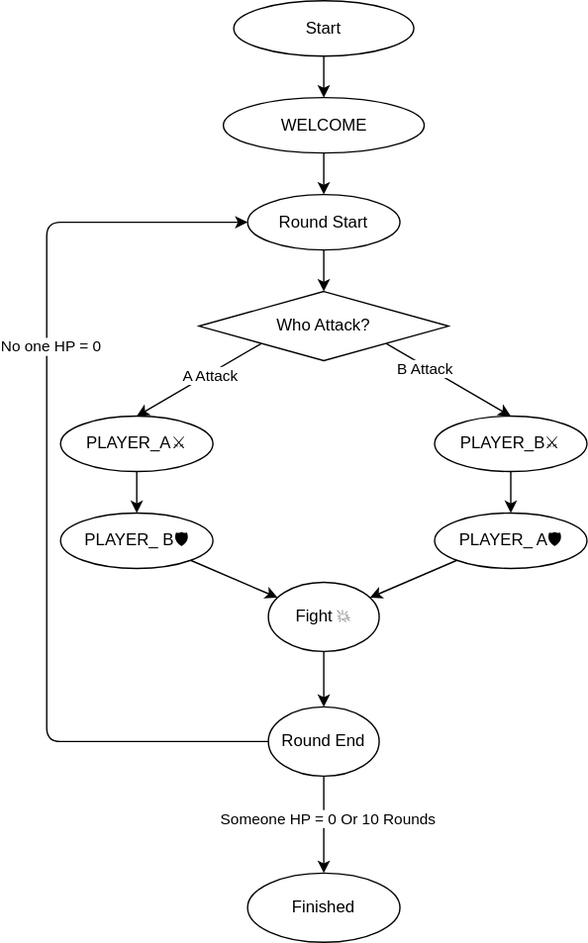
Before: FSM.svg, a diagram exported from draw.io (Error0229/LCRPG). Source tidied: cells renumbered, new cells last; positions are measured from the earlier drawing's top-left corner, leaving out a move shared by most shapes. Source of this version:
```xml
<mxGraphModel>
  <root>
    <mxCell id="0" />
    <mxCell id="1" parent="0" />
    <mxCell id="2" style="edgeStyle=none;html=1;entryX=0.5;entryY=0;entryDx=0;entryDy=0;" parent="1" edge="1" source="3" target="5">
      <mxGeometry relative="1" as="geometry" />
    </mxCell>
    <mxCell id="3" value="Start" style="ellipse;whiteSpace=wrap;html=1;" parent="1" vertex="1">
      <mxGeometry x="135" width="130" height="40" as="geometry" />
    </mxCell>
    <mxCell id="4" style="edgeStyle=none;html=1;exitX=0.5;exitY=1;exitDx=0;exitDy=0;entryX=0.5;entryY=0;entryDx=0;entryDy=0;" parent="1" edge="1" source="5" target="7">
      <mxGeometry relative="1" as="geometry" />
    </mxCell>
    <mxCell id="5" value="WELCOME" style="ellipse;whiteSpace=wrap;html=1;" parent="1" vertex="1">
      <mxGeometry x="127.5" y="70" width="145" height="40" as="geometry" />
    </mxCell>
    <mxCell id="6" style="edgeStyle=none;html=1;exitX=0.5;exitY=1;exitDx=0;exitDy=0;entryX=0.5;entryY=0;entryDx=0;entryDy=0;" parent="1" edge="1" source="7" target="10">
      <mxGeometry relative="1" as="geometry" />
    </mxCell>
    <mxCell id="7" value="Round Start" style="ellipse;whiteSpace=wrap;html=1;" parent="1" vertex="1">
      <mxGeometry x="145" y="140" width="110" height="40" as="geometry" />
    </mxCell>
    <mxCell id="8" style="edgeStyle=none;html=1;exitX=1;exitY=1;exitDx=0;exitDy=0;entryX=0.5;entryY=0;entryDx=0;entryDy=0;" parent="1" edge="1" source="10" target="14">
      <mxGeometry relative="1" as="geometry" />
    </mxCell>
    <mxCell id="9" value="B Attack" style="edgeLabel;html=1;align=center;verticalAlign=middle;" parent="8" vertex="1">
      <mxGeometry x="-0.36" y="-2" relative="1" as="geometry" />
    </mxCell>
    <mxCell id="10" value="Who Attack?" style="rhombus;whiteSpace=wrap;html=1;" parent="1" vertex="1">
      <mxGeometry x="110" y="210" width="180" height="50" as="geometry" />
    </mxCell>
    <mxCell id="11" style="edgeStyle=none;html=1;exitX=0.5;exitY=1;exitDx=0;exitDy=0;entryX=0.5;entryY=0;entryDx=0;entryDy=0;" parent="1" edge="1" source="12" target="18">
      <mxGeometry relative="1" as="geometry" />
    </mxCell>
    <mxCell id="12" value="PLAYER_A⚔️" style="ellipse;whiteSpace=wrap;html=1;" parent="1" vertex="1">
      <mxGeometry x="10" y="300" width="110" height="40" as="geometry" />
    </mxCell>
    <mxCell id="13" style="edgeStyle=none;html=1;exitX=0.5;exitY=1;exitDx=0;exitDy=0;entryX=0.5;entryY=0;entryDx=0;entryDy=0;" parent="1" edge="1" source="14" target="20">
      <mxGeometry relative="1" as="geometry" />
    </mxCell>
    <mxCell id="14" value="PLAYER_B⚔️" style="ellipse;whiteSpace=wrap;html=1;" parent="1" vertex="1">
      <mxGeometry x="280" y="300" width="110" height="40" as="geometry" />
    </mxCell>
    <mxCell id="15" style="edgeStyle=none;html=1;exitX=0;exitY=1;exitDx=0;exitDy=0;entryX=0.5;entryY=0;entryDx=0;entryDy=0;" parent="1" edge="1" source="10" target="12">
      <mxGeometry relative="1" as="geometry" />
    </mxCell>
    <mxCell id="16" value="A Attack" style="edgeLabel;html=1;align=center;verticalAlign=middle;" parent="15" vertex="1">
      <mxGeometry x="-0.36" y="-2" relative="1" as="geometry">
        <mxPoint x="-8" y="8" as="offset" />
      </mxGeometry>
    </mxCell>
    <mxCell id="17" style="edgeStyle=none;html=1;exitX=1;exitY=1;exitDx=0;exitDy=0;" parent="1" edge="1" source="18" target="24">
      <mxGeometry relative="1" as="geometry" />
    </mxCell>
    <mxCell id="18" value="PLAYER_ B🛡️" style="ellipse;whiteSpace=wrap;html=1;" parent="1" vertex="1">
      <mxGeometry x="10" y="370" width="110" height="40" as="geometry" />
    </mxCell>
    <mxCell id="19" style="edgeStyle=none;html=1;exitX=0;exitY=1;exitDx=0;exitDy=0;" parent="1" edge="1" source="20" target="24">
      <mxGeometry relative="1" as="geometry" />
    </mxCell>
    <mxCell id="20" value="PLAYER_ A🛡️" style="ellipse;whiteSpace=wrap;html=1;" parent="1" vertex="1">
      <mxGeometry x="280" y="370" width="110" height="40" as="geometry" />
    </mxCell>
    <mxCell id="21" style="edgeStyle=none;html=1;entryX=0;entryY=0.5;entryDx=0;entryDy=0;exitX=0;exitY=0.5;exitDx=0;exitDy=0;" parent="1" edge="1" source="27" target="7">
      <mxGeometry relative="1" as="geometry">
        <Array as="points">
          <mxPoint y="535" />
          <mxPoint y="300" />
          <mxPoint y="160" />
        </Array>
      </mxGeometry>
    </mxCell>
    <mxCell id="22" value="No one HP = 0" style="edgeLabel;html=1;align=center;verticalAlign=middle;" parent="21" vertex="1">
      <mxGeometry x="0.31" y="-2" relative="1" as="geometry" />
    </mxCell>
    <mxCell id="23" style="edgeStyle=none;html=1;exitX=0.5;exitY=1;exitDx=0;exitDy=0;" parent="1" edge="1" source="24">
      <mxGeometry relative="1" as="geometry">
        <mxPoint x="200" y="510" as="targetPoint" />
      </mxGeometry>
    </mxCell>
    <mxCell id="24" value="Fight 💥" style="ellipse;whiteSpace=wrap;html=1;" parent="1" vertex="1">
      <mxGeometry x="160" y="420" width="80" height="50" as="geometry" />
    </mxCell>
    <mxCell id="25" style="edgeStyle=none;html=1;exitX=0.5;exitY=1;exitDx=0;exitDy=0;entryX=0.5;entryY=0;entryDx=0;entryDy=0;" parent="1" edge="1" source="27" target="28">
      <mxGeometry relative="1" as="geometry" />
    </mxCell>
    <mxCell id="26" value="Someone HP = 0 Or 10 Rounds" style="edgeLabel;html=1;align=center;verticalAlign=middle;" parent="25" vertex="1">
      <mxGeometry x="-0.6" y="2" relative="1" as="geometry">
        <mxPoint y="16" as="offset" />
      </mxGeometry>
    </mxCell>
    <mxCell id="27" value="Round End" style="ellipse;whiteSpace=wrap;html=1;" parent="1" vertex="1">
      <mxGeometry x="160" y="510" width="80" height="50" as="geometry" />
    </mxCell>
    <mxCell id="28" value="Finished" style="ellipse;whiteSpace=wrap;html=1;" parent="1" vertex="1">
      <mxGeometry x="145" y="630" width="110" height="50" as="geometry" />
    </mxCell>
  </root>
</mxGraphModel>
```
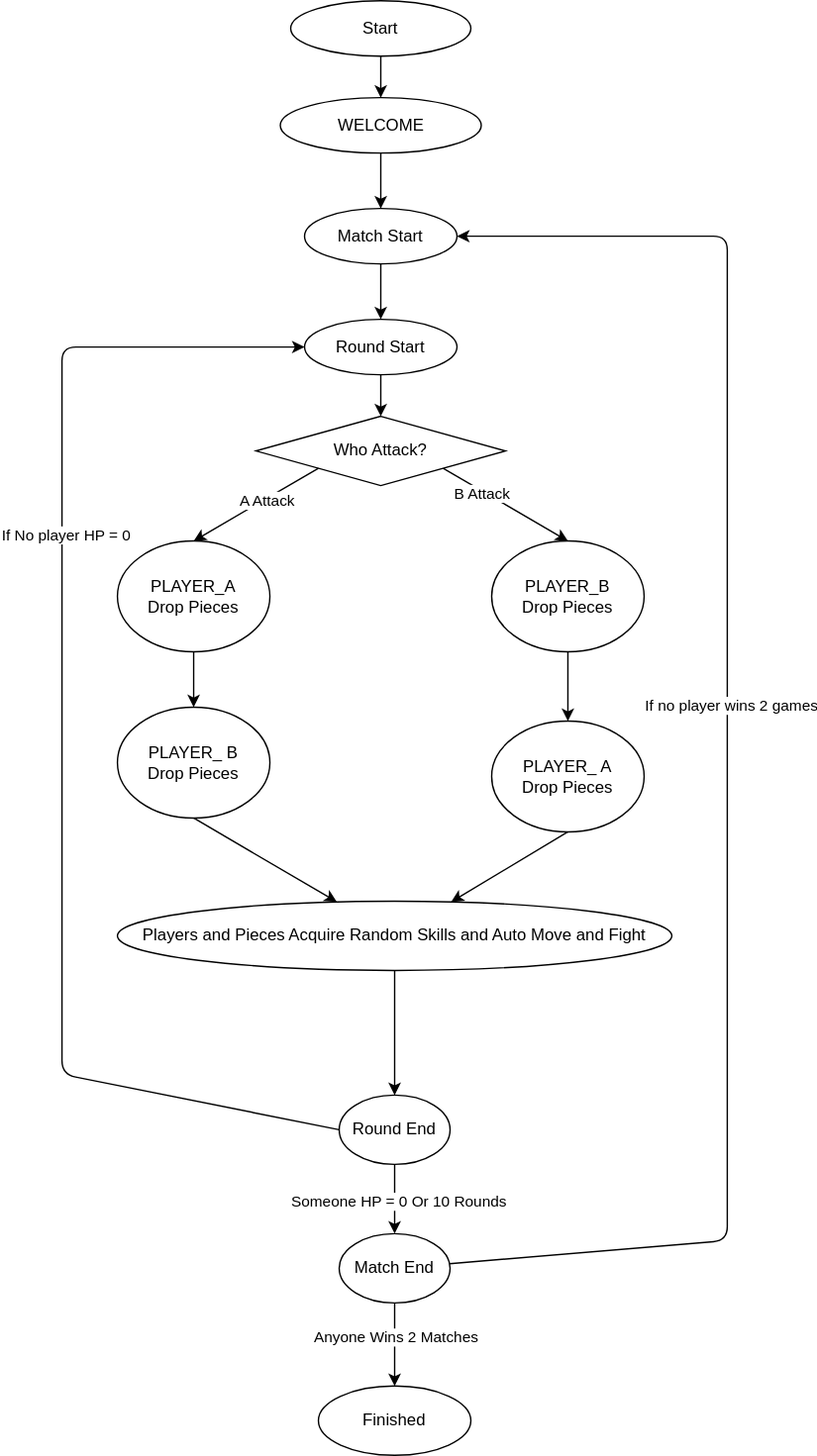
Above is the later version.

Change to the diagram source:
```diff
@@ -6,19 +6,19 @@
       <mxGeometry relative="1" as="geometry" />
     </mxCell>
     <mxCell id="3" value="Start" style="ellipse;whiteSpace=wrap;html=1;" parent="1" vertex="1">
-      <mxGeometry x="135" width="130" height="40" as="geometry" />
+      <mxGeometry x="245" y="-10" width="130" height="40" as="geometry" />
     </mxCell>
-    <mxCell id="4" style="edgeStyle=none;html=1;exitX=0.5;exitY=1;exitDx=0;exitDy=0;entryX=0.5;entryY=0;entryDx=0;entryDy=0;" parent="1" edge="1" source="5" target="7">
+    <mxCell id="4" style="edgeStyle=none;html=1;exitX=0.5;exitY=1;exitDx=0;exitDy=0;entryX=0.5;entryY=0;entryDx=0;entryDy=0;" parent="1" edge="1" source="5" target="31">
       <mxGeometry relative="1" as="geometry" />
     </mxCell>
     <mxCell id="5" value="WELCOME" style="ellipse;whiteSpace=wrap;html=1;" parent="1" vertex="1">
-      <mxGeometry x="127.5" y="70" width="145" height="40" as="geometry" />
+      <mxGeometry x="237.5" y="60" width="145" height="40" as="geometry" />
     </mxCell>
-    <mxCell id="6" style="edgeStyle=none;html=1;exitX=0.5;exitY=1;exitDx=0;exitDy=0;entryX=0.5;entryY=0;entryDx=0;entryDy=0;" parent="1" edge="1" source="7" target="10">
+    <mxCell id="6" style="edgeStyle=none;html=1;entryX=0.5;entryY=0;entryDx=0;entryDy=0;exitX=0.5;exitY=1;exitDx=0;exitDy=0;" parent="1" edge="1" source="7" target="10">
       <mxGeometry relative="1" as="geometry" />
     </mxCell>
     <mxCell id="7" value="Round Start" style="ellipse;whiteSpace=wrap;html=1;" parent="1" vertex="1">
-      <mxGeometry x="145" y="140" width="110" height="40" as="geometry" />
+      <mxGeometry x="255" y="220" width="110" height="40" as="geometry" />
     </mxCell>
     <mxCell id="8" style="edgeStyle=none;html=1;exitX=1;exitY=1;exitDx=0;exitDy=0;entryX=0.5;entryY=0;entryDx=0;entryDy=0;" parent="1" edge="1" source="10" target="14">
       <mxGeometry relative="1" as="geometry" />
@@ -27,19 +27,19 @@
       <mxGeometry x="-0.36" y="-2" relative="1" as="geometry" />
     </mxCell>
     <mxCell id="10" value="Who Attack?" style="rhombus;whiteSpace=wrap;html=1;" parent="1" vertex="1">
-      <mxGeometry x="110" y="210" width="180" height="50" as="geometry" />
+      <mxGeometry x="220" y="290" width="180" height="50" as="geometry" />
     </mxCell>
     <mxCell id="11" style="edgeStyle=none;html=1;exitX=0.5;exitY=1;exitDx=0;exitDy=0;entryX=0.5;entryY=0;entryDx=0;entryDy=0;" parent="1" edge="1" source="12" target="18">
       <mxGeometry relative="1" as="geometry" />
     </mxCell>
-    <mxCell id="12" value="PLAYER_A⚔️" style="ellipse;whiteSpace=wrap;html=1;" parent="1" vertex="1">
-      <mxGeometry x="10" y="300" width="110" height="40" as="geometry" />
+    <mxCell id="12" value="PLAYER_A&lt;br&gt;Drop Pieces" style="ellipse;whiteSpace=wrap;html=1;" parent="1" vertex="1">
+      <mxGeometry x="120" y="380" width="110" height="80" as="geometry" />
     </mxCell>
     <mxCell id="13" style="edgeStyle=none;html=1;exitX=0.5;exitY=1;exitDx=0;exitDy=0;entryX=0.5;entryY=0;entryDx=0;entryDy=0;" parent="1" edge="1" source="14" target="20">
       <mxGeometry relative="1" as="geometry" />
     </mxCell>
-    <mxCell id="14" value="PLAYER_B⚔️" style="ellipse;whiteSpace=wrap;html=1;" parent="1" vertex="1">
-      <mxGeometry x="280" y="300" width="110" height="40" as="geometry" />
+    <mxCell id="14" value="PLAYER_B&lt;br&gt;Drop Pieces" style="ellipse;whiteSpace=wrap;html=1;" parent="1" vertex="1">
+      <mxGeometry x="390" y="380" width="110" height="80" as="geometry" />
     </mxCell>
     <mxCell id="15" style="edgeStyle=none;html=1;exitX=0;exitY=1;exitDx=0;exitDy=0;entryX=0.5;entryY=0;entryDx=0;entryDy=0;" parent="1" edge="1" source="10" target="12">
       <mxGeometry relative="1" as="geometry" />
@@ -49,39 +49,37 @@
         <mxPoint x="-8" y="8" as="offset" />
       </mxGeometry>
     </mxCell>
-    <mxCell id="17" style="edgeStyle=none;html=1;exitX=1;exitY=1;exitDx=0;exitDy=0;" parent="1" edge="1" source="18" target="24">
+    <mxCell id="17" style="edgeStyle=none;html=1;exitX=0.5;exitY=1;exitDx=0;exitDy=0;" parent="1" edge="1" source="18" target="24">
       <mxGeometry relative="1" as="geometry" />
     </mxCell>
-    <mxCell id="18" value="PLAYER_ B🛡️" style="ellipse;whiteSpace=wrap;html=1;" parent="1" vertex="1">
-      <mxGeometry x="10" y="370" width="110" height="40" as="geometry" />
+    <mxCell id="18" value="PLAYER_ B&lt;br&gt;Drop Pieces" style="ellipse;whiteSpace=wrap;html=1;" parent="1" vertex="1">
+      <mxGeometry x="120" y="500" width="110" height="80" as="geometry" />
     </mxCell>
-    <mxCell id="19" style="edgeStyle=none;html=1;exitX=0;exitY=1;exitDx=0;exitDy=0;" parent="1" edge="1" source="20" target="24">
+    <mxCell id="19" style="edgeStyle=none;html=1;exitX=0.5;exitY=1;exitDx=0;exitDy=0;" parent="1" edge="1" source="20" target="24">
       <mxGeometry relative="1" as="geometry" />
     </mxCell>
-    <mxCell id="20" value="PLAYER_ A🛡️" style="ellipse;whiteSpace=wrap;html=1;" parent="1" vertex="1">
-      <mxGeometry x="280" y="370" width="110" height="40" as="geometry" />
+    <mxCell id="20" value="PLAYER_ A&lt;br&gt;Drop Pieces" style="ellipse;whiteSpace=wrap;html=1;" parent="1" vertex="1">
+      <mxGeometry x="390" y="510" width="110" height="80" as="geometry" />
     </mxCell>
     <mxCell id="21" style="edgeStyle=none;html=1;entryX=0;entryY=0.5;entryDx=0;entryDy=0;exitX=0;exitY=0.5;exitDx=0;exitDy=0;" parent="1" edge="1" source="27" target="7">
       <mxGeometry relative="1" as="geometry">
         <Array as="points">
-          <mxPoint y="535" />
-          <mxPoint y="300" />
-          <mxPoint y="160" />
+          <mxPoint x="80" y="765" />
+          <mxPoint x="80" y="380" />
+          <mxPoint x="80" y="240" />
         </Array>
       </mxGeometry>
     </mxCell>
-    <mxCell id="22" value="No one HP = 0" style="edgeLabel;html=1;align=center;verticalAlign=middle;" parent="21" vertex="1">
+    <mxCell id="22" value="If No player HP = 0" style="edgeLabel;html=1;align=center;verticalAlign=middle;" parent="21" vertex="1">
       <mxGeometry x="0.31" y="-2" relative="1" as="geometry" />
     </mxCell>
-    <mxCell id="23" style="edgeStyle=none;html=1;exitX=0.5;exitY=1;exitDx=0;exitDy=0;" parent="1" edge="1" source="24">
-      <mxGeometry relative="1" as="geometry">
-        <mxPoint x="200" y="510" as="targetPoint" />
-      </mxGeometry>
-    </mxCell>
+    <mxCell id="29" style="edgeStyle=none;html=1;exitX=0.5;exitY=1;exitDx=0;exitDy=0;entryX=0.5;entryY=0;entryDx=0;entryDy=0;" parent="1" edge="1" source="24" target="27">
+      <mxGeometry relative="1" as="geometry" />
+    </mxCell>
-    <mxCell id="24" value="Fight 💥" style="ellipse;whiteSpace=wrap;html=1;" parent="1" vertex="1">
-      <mxGeometry x="160" y="420" width="80" height="50" as="geometry" />
+    <mxCell id="24" value="Players and Pieces Acquire Random Skills and Auto Move and Fight" style="ellipse;whiteSpace=wrap;html=1;" parent="1" vertex="1">
+      <mxGeometry x="120" y="640" width="400" height="50" as="geometry" />
     </mxCell>
-    <mxCell id="25" style="edgeStyle=none;html=1;exitX=0.5;exitY=1;exitDx=0;exitDy=0;entryX=0.5;entryY=0;entryDx=0;entryDy=0;" parent="1" edge="1" source="27" target="28">
+    <mxCell id="25" style="edgeStyle=none;html=1;exitX=0.5;exitY=1;exitDx=0;exitDy=0;entryX=0.5;entryY=0;entryDx=0;entryDy=0;" parent="1" edge="1" source="27" target="36">
       <mxGeometry relative="1" as="geometry" />
     </mxCell>
     <mxCell id="26" value="Someone HP = 0 Or 10 Rounds" style="edgeLabel;html=1;align=center;verticalAlign=middle;" parent="25" vertex="1">
@@ -90,10 +88,36 @@
       </mxGeometry>
     </mxCell>
     <mxCell id="27" value="Round End" style="ellipse;whiteSpace=wrap;html=1;" parent="1" vertex="1">
-      <mxGeometry x="160" y="510" width="80" height="50" as="geometry" />
+      <mxGeometry x="280" y="780" width="80" height="50" as="geometry" />
     </mxCell>
     <mxCell id="28" value="Finished" style="ellipse;whiteSpace=wrap;html=1;" parent="1" vertex="1">
-      <mxGeometry x="145" y="630" width="110" height="50" as="geometry" />
+      <mxGeometry x="265" y="990" width="110" height="50" as="geometry" />
     </mxCell>
+    <mxCell id="30" style="edgeStyle=none;html=1;entryX=0.5;entryY=0;entryDx=0;entryDy=0;" parent="1" edge="1" source="31" target="7">
+      <mxGeometry relative="1" as="geometry" />
+    </mxCell>
+    <mxCell id="31" value="Match Start" style="ellipse;whiteSpace=wrap;html=1;" parent="1" vertex="1">
+      <mxGeometry x="255" y="140" width="110" height="40" as="geometry" />
+    </mxCell>
+    <mxCell id="32" style="edgeStyle=none;html=1;exitX=0.5;exitY=1;exitDx=0;exitDy=0;entryX=0.5;entryY=0;entryDx=0;entryDy=0;" parent="1" edge="1" source="36" target="28">
+      <mxGeometry relative="1" as="geometry" />
+    </mxCell>
+    <mxCell id="33" value="Anyone Wins 2 Matches" style="edgeLabel;html=1;align=center;verticalAlign=middle;" parent="32" vertex="1">
+      <mxGeometry x="-0.2" relative="1" as="geometry" />
+    </mxCell>
+    <mxCell id="34" style="edgeStyle=none;html=1;entryX=1;entryY=0.5;entryDx=0;entryDy=0;" parent="1" edge="1" source="36" target="31">
+      <mxGeometry relative="1" as="geometry">
+        <Array as="points">
+          <mxPoint x="560" y="885" />
+          <mxPoint x="560" y="160" />
+        </Array>
+      </mxGeometry>
+    </mxCell>
+    <mxCell id="35" value="If no player wins 2 games" style="edgeLabel;html=1;align=center;verticalAlign=middle;" parent="34" vertex="1">
+      <mxGeometry x="0.05" y="-2" relative="1" as="geometry" />
+    </mxCell>
+    <mxCell id="36" value="Match End" style="ellipse;whiteSpace=wrap;html=1;" parent="1" vertex="1">
+      <mxGeometry x="280" y="880" width="80" height="50" as="geometry" />
+    </mxCell>
   </root>
 </mxGraphModel>
```
